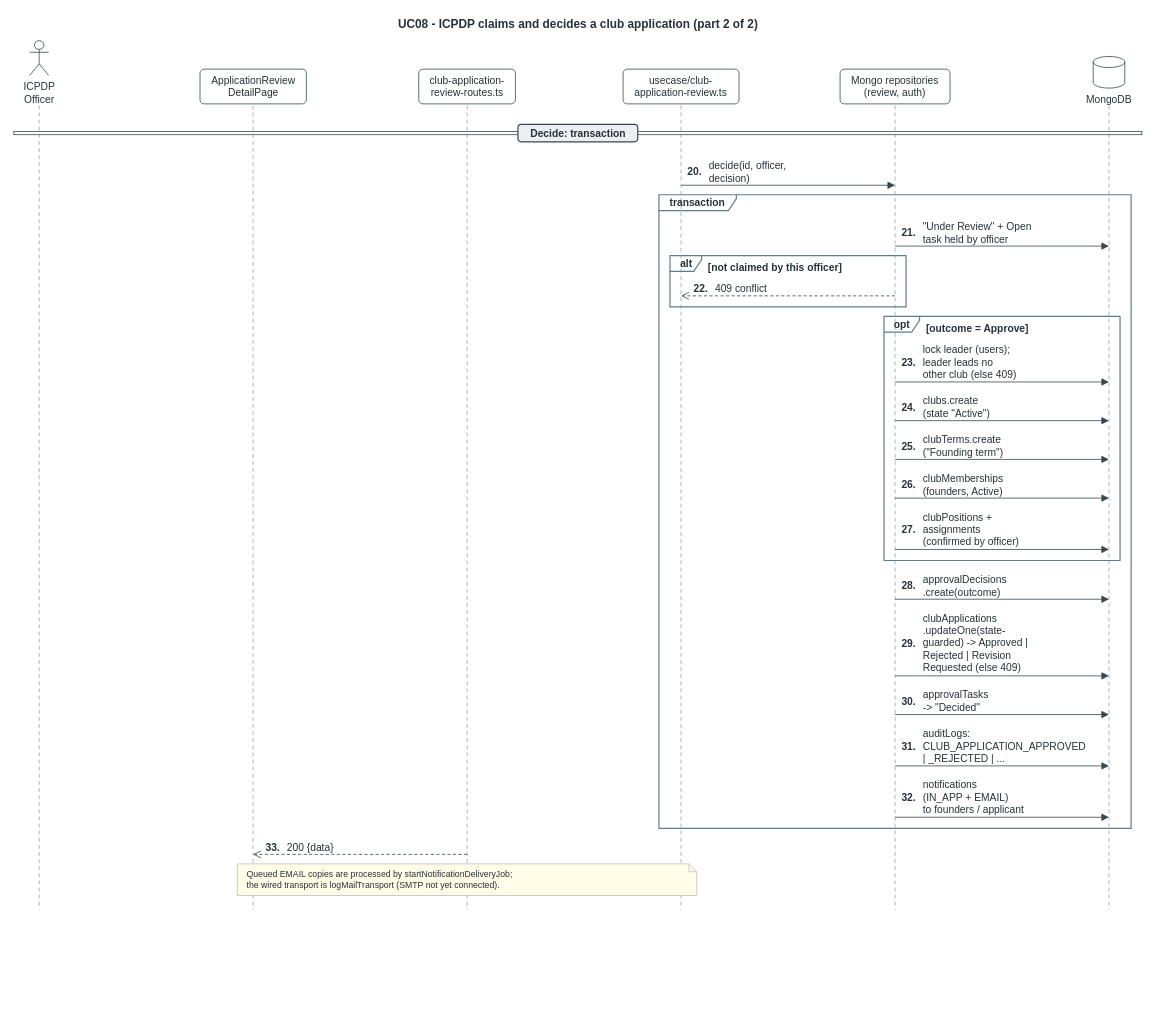
nvdekay/ClubManagementSystem keeps this draw.io diagram as page "03 Decide club application (2/2)" (7 of 20) of docs/03-diagrams/UCMS_Sequence_Diagrams.drawio. Above is the earlier version. Source tidied: cells renumbered, new cells numbered last; positions are measured from the earlier drawing's top-left corner, leaving out a move shared by most shapes. Both pictures are drawn from the tidied source at 79%, with x=0, y=0 at pixel (13, 13).
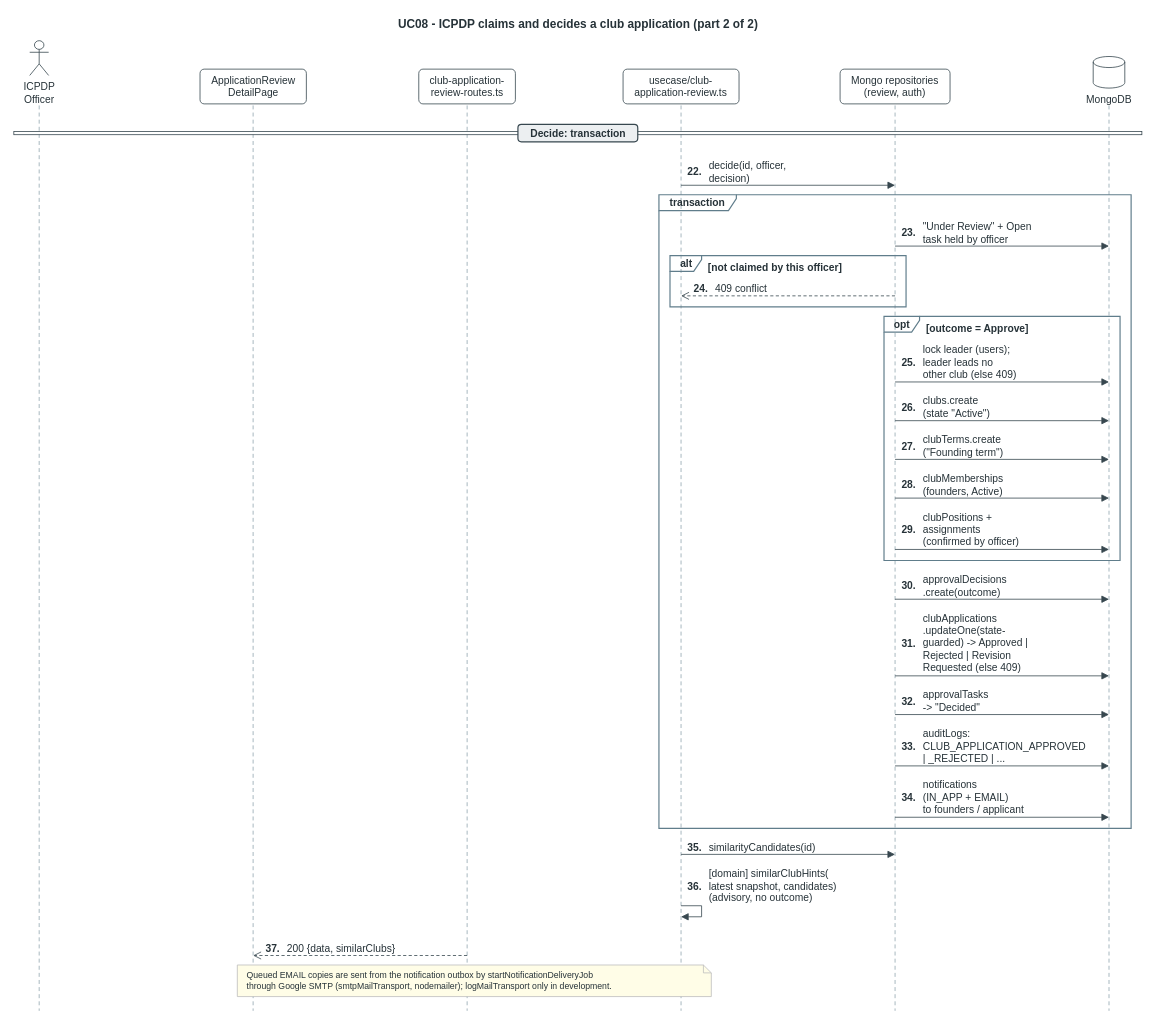
Above is the later version.

The edit, as a diff of the source:
```diff
@@
     <mxCell id="3" style="html=1;endArrow=none;dashed=1;dashPattern=5 4;strokeColor=#90A4AE;strokeWidth=1;" parent="1" edge="1">
       <mxGeometry relative="1" as="geometry">
         <mxPoint x="32.1" y="116" as="sourcePoint" />
-        <mxPoint x="32.1" y="1134" as="targetPoint" />
+        <mxPoint x="32.1" y="1262" as="targetPoint" />
       </mxGeometry>
     </mxCell>
     <mxCell id="4" style="html=1;endArrow=none;dashed=1;dashPattern=5 4;strokeColor=#90A4AE;strokeWidth=1;" parent="1" edge="1">
       <mxGeometry relative="1" as="geometry">
         <mxPoint x="302.9" y="116" as="sourcePoint" />
-        <mxPoint x="302.9" y="1134" as="targetPoint" />
+        <mxPoint x="302.9" y="1262" as="targetPoint" />
       </mxGeometry>
     </mxCell>
     <mxCell id="5" style="html=1;endArrow=none;dashed=1;dashPattern=5 4;strokeColor=#90A4AE;strokeWidth=1;" parent="1" edge="1">
       <mxGeometry relative="1" as="geometry">
         <mxPoint x="573.8" y="116" as="sourcePoint" />
-        <mxPoint x="573.8" y="1134" as="targetPoint" />
+        <mxPoint x="573.8" y="1262" as="targetPoint" />
       </mxGeometry>
     </mxCell>
     <mxCell id="6" style="html=1;endArrow=none;dashed=1;dashPattern=5 4;strokeColor=#90A4AE;strokeWidth=1;" parent="1" edge="1">
       <mxGeometry relative="1" as="geometry">
         <mxPoint x="844.6" y="116" as="sourcePoint" />
-        <mxPoint x="844.6" y="1134" as="targetPoint" />
+        <mxPoint x="844.6" y="1262" as="targetPoint" />
       </mxGeometry>
     </mxCell>
     <mxCell id="7" style="html=1;endArrow=none;dashed=1;dashPattern=5 4;strokeColor=#90A4AE;strokeWidth=1;" parent="1" edge="1">
       <mxGeometry relative="1" as="geometry">
         <mxPoint x="1115.5" y="116" as="sourcePoint" />
-        <mxPoint x="1115.5" y="1134" as="targetPoint" />
+        <mxPoint x="1115.5" y="1262" as="targetPoint" />
       </mxGeometry>
     </mxCell>
     <mxCell id="8" style="html=1;endArrow=none;dashed=1;dashPattern=5 4;strokeColor=#90A4AE;strokeWidth=1;" parent="1" edge="1">
       <mxGeometry relative="1" as="geometry">
         <mxPoint x="1386.3" y="116" as="sourcePoint" />
-        <mxPoint x="1386.3" y="1134" as="targetPoint" />
+        <mxPoint x="1386.3" y="1262" as="targetPoint" />
       </mxGeometry>
     </mxCell>
@@
-    <mxCell id="22" value="20." style="text;html=1;align=left;verticalAlign=top;spacing=0;whiteSpace=nowrap;fontFamily=Arial;fontSize=13;fontColor=#263238;fontStyle=1;" parent="1" vertex="1">
+    <mxCell id="22" value="22." style="text;html=1;align=left;verticalAlign=top;spacing=0;whiteSpace=nowrap;fontFamily=Arial;fontSize=13;fontColor=#263238;fontStyle=1;" parent="1" vertex="1">
       <mxGeometry x="852.6" y="188" width="23.1" height="16" as="geometry" />
     </mxCell>
@@
-    <mxCell id="25" value="21." style="text;html=1;align=left;verticalAlign=top;spacing=0;whiteSpace=nowrap;fontFamily=Arial;fontSize=13;fontColor=#263238;fontStyle=1;" parent="1" vertex="1">
+    <mxCell id="25" value="23." style="text;html=1;align=left;verticalAlign=top;spacing=0;whiteSpace=nowrap;fontFamily=Arial;fontSize=13;fontColor=#263238;fontStyle=1;" parent="1" vertex="1">
       <mxGeometry x="1123.5" y="265" width="23.1" height="16" as="geometry" />
     </mxCell>
@@
-    <mxCell id="28" value="22." style="text;html=1;align=left;verticalAlign=top;spacing=0;whiteSpace=nowrap;fontFamily=Arial;fontSize=13;fontColor=#263238;fontStyle=1;" parent="1" vertex="1">
+    <mxCell id="28" value="24." style="text;html=1;align=left;verticalAlign=top;spacing=0;whiteSpace=nowrap;fontFamily=Arial;fontSize=13;fontColor=#263238;fontStyle=1;" parent="1" vertex="1">
       <mxGeometry x="860.6" y="336" width="23.1" height="16" as="geometry" />
     </mxCell>
@@
-    <mxCell id="31" value="23." style="text;html=1;align=left;verticalAlign=top;spacing=0;whiteSpace=nowrap;fontFamily=Arial;fontSize=13;fontColor=#263238;fontStyle=1;" parent="1" vertex="1">
+    <mxCell id="31" value="25." style="text;html=1;align=left;verticalAlign=top;spacing=0;whiteSpace=nowrap;fontFamily=Arial;fontSize=13;fontColor=#263238;fontStyle=1;" parent="1" vertex="1">
       <mxGeometry x="1123.5" y="429" width="23.1" height="16" as="geometry" />
     </mxCell>
@@
-    <mxCell id="34" value="24." style="text;html=1;align=left;verticalAlign=top;spacing=0;whiteSpace=nowrap;fontFamily=Arial;fontSize=13;fontColor=#263238;fontStyle=1;" parent="1" vertex="1">
+    <mxCell id="34" value="26." style="text;html=1;align=left;verticalAlign=top;spacing=0;whiteSpace=nowrap;fontFamily=Arial;fontSize=13;fontColor=#263238;fontStyle=1;" parent="1" vertex="1">
       <mxGeometry x="1123.5" y="486" width="23.1" height="16" as="geometry" />
     </mxCell>
@@
-    <mxCell id="37" value="25." style="text;html=1;align=left;verticalAlign=top;spacing=0;whiteSpace=nowrap;fontFamily=Arial;fontSize=13;fontColor=#263238;fontStyle=1;" parent="1" vertex="1">
+    <mxCell id="37" value="27." style="text;html=1;align=left;verticalAlign=top;spacing=0;whiteSpace=nowrap;fontFamily=Arial;fontSize=13;fontColor=#263238;fontStyle=1;" parent="1" vertex="1">
       <mxGeometry x="1123.5" y="535" width="23.1" height="16" as="geometry" />
     </mxCell>
@@
-    <mxCell id="40" value="26." style="text;html=1;align=left;verticalAlign=top;spacing=0;whiteSpace=nowrap;fontFamily=Arial;fontSize=13;fontColor=#263238;fontStyle=1;" parent="1" vertex="1">
+    <mxCell id="40" value="28." style="text;html=1;align=left;verticalAlign=top;spacing=0;whiteSpace=nowrap;fontFamily=Arial;fontSize=13;fontColor=#263238;fontStyle=1;" parent="1" vertex="1">
       <mxGeometry x="1123.5" y="584" width="23.1" height="16" as="geometry" />
     </mxCell>
@@
-    <mxCell id="43" value="27." style="text;html=1;align=left;verticalAlign=top;spacing=0;whiteSpace=nowrap;fontFamily=Arial;fontSize=13;fontColor=#263238;fontStyle=1;" parent="1" vertex="1">
+    <mxCell id="43" value="29." style="text;html=1;align=left;verticalAlign=top;spacing=0;whiteSpace=nowrap;fontFamily=Arial;fontSize=13;fontColor=#263238;fontStyle=1;" parent="1" vertex="1">
       <mxGeometry x="1123.5" y="641" width="23.1" height="16" as="geometry" />
     </mxCell>
@@
-    <mxCell id="46" value="28." style="text;html=1;align=left;verticalAlign=top;spacing=0;whiteSpace=nowrap;fontFamily=Arial;fontSize=13;fontColor=#263238;fontStyle=1;" parent="1" vertex="1">
+    <mxCell id="46" value="30." style="text;html=1;align=left;verticalAlign=top;spacing=0;whiteSpace=nowrap;fontFamily=Arial;fontSize=13;fontColor=#263238;fontStyle=1;" parent="1" vertex="1">
       <mxGeometry x="1123.5" y="712" width="23.1" height="16" as="geometry" />
     </mxCell>
@@
-    <mxCell id="49" value="29." style="text;html=1;align=left;verticalAlign=top;spacing=0;whiteSpace=nowrap;fontFamily=Arial;fontSize=13;fontColor=#263238;fontStyle=1;" parent="1" vertex="1">
+    <mxCell id="49" value="31." style="text;html=1;align=left;verticalAlign=top;spacing=0;whiteSpace=nowrap;fontFamily=Arial;fontSize=13;fontColor=#263238;fontStyle=1;" parent="1" vertex="1">
       <mxGeometry x="1123.5" y="785" width="23.1" height="16" as="geometry" />
     </mxCell>
@@
-    <mxCell id="52" value="30." style="text;html=1;align=left;verticalAlign=top;spacing=0;whiteSpace=nowrap;fontFamily=Arial;fontSize=13;fontColor=#263238;fontStyle=1;" parent="1" vertex="1">
+    <mxCell id="52" value="32." style="text;html=1;align=left;verticalAlign=top;spacing=0;whiteSpace=nowrap;fontFamily=Arial;fontSize=13;fontColor=#263238;fontStyle=1;" parent="1" vertex="1">
       <mxGeometry x="1123.5" y="858" width="23.1" height="16" as="geometry" />
     </mxCell>
@@
-    <mxCell id="55" value="31." style="text;html=1;align=left;verticalAlign=top;spacing=0;whiteSpace=nowrap;fontFamily=Arial;fontSize=13;fontColor=#263238;fontStyle=1;" parent="1" vertex="1">
+    <mxCell id="55" value="33." style="text;html=1;align=left;verticalAlign=top;spacing=0;whiteSpace=nowrap;fontFamily=Arial;fontSize=13;fontColor=#263238;fontStyle=1;" parent="1" vertex="1">
       <mxGeometry x="1123.5" y="915" width="23.1" height="16" as="geometry" />
     </mxCell>
@@
-    <mxCell id="58" value="32." style="text;html=1;align=left;verticalAlign=top;spacing=0;whiteSpace=nowrap;fontFamily=Arial;fontSize=13;fontColor=#263238;fontStyle=1;" parent="1" vertex="1">
+    <mxCell id="58" value="34." style="text;html=1;align=left;verticalAlign=top;spacing=0;whiteSpace=nowrap;fontFamily=Arial;fontSize=13;fontColor=#263238;fontStyle=1;" parent="1" vertex="1">
       <mxGeometry x="1123.5" y="980" width="23.1" height="16" as="geometry" />
     </mxCell>
@@
+    <mxCell id="65" value="35." style="text;html=1;align=left;verticalAlign=top;spacing=0;whiteSpace=nowrap;fontFamily=Arial;fontSize=13;fontColor=#263238;fontStyle=1;" parent="1" vertex="1">
+      <mxGeometry x="852.6" y="1043" width="23.2" height="16" as="geometry" />
+    </mxCell>
+    <mxCell id="66" value="similarityCandidates(id)" style="text;html=1;align=left;verticalAlign=top;spacing=0;whiteSpace=nowrap;fontFamily=Arial;fontSize=13;fontColor=#263238;fillColor=#FFFFFF;" parent="1" vertex="1">
+      <mxGeometry x="879.6" y="1043" width="179.2" height="16" as="geometry" />
+    </mxCell>
+    <mxCell id="67" style="html=1;rounded=0;endArrow=block;endFill=1;endSize=7;strokeColor=#37474F;strokeWidth=1;" parent="1" edge="1">
+      <mxGeometry relative="1" as="geometry">
+        <mxPoint x="844.6" y="1064" as="sourcePoint" />
+        <mxPoint x="1115.5" y="1064" as="targetPoint" />
+      </mxGeometry>
+    </mxCell>
+    <mxCell id="68" value="36." style="text;html=1;align=left;verticalAlign=top;spacing=0;whiteSpace=nowrap;fontFamily=Arial;fontSize=13;fontColor=#263238;fontStyle=1;" parent="1" vertex="1">
+      <mxGeometry x="852.6" y="1092" width="23.1" height="16" as="geometry" />
+    </mxCell>
+    <mxCell id="69" value="[domain] similarClubHints(&lt;br&gt;latest snapshot, candidates)&lt;br&gt;(advisory, no outcome)" style="text;html=1;align=left;verticalAlign=top;spacing=0;whiteSpace=nowrap;fontFamily=Arial;fontSize=13;fontColor=#263238;fillColor=#FFFFFF;" parent="1" vertex="1">
+      <mxGeometry x="879.6" y="1076" width="208.4" height="48" as="geometry" />
+    </mxCell>
+    <mxCell id="70" style="html=1;rounded=0;endArrow=block;endFill=1;endSize=7;strokeColor=#37474F;strokeWidth=1;" parent="1" edge="1">
+      <mxGeometry relative="1" as="geometry">
+        <mxPoint x="844.6" y="1129" as="sourcePoint" />
+        <mxPoint x="844.6" y="1143" as="targetPoint" />
+        <Array as="points">
+          <mxPoint x="870.6" y="1129" />
+          <mxPoint x="870.6" y="1143" />
+        </Array>
+      </mxGeometry>
+    </mxCell>
-    <mxCell id="61" value="33." style="text;html=1;align=left;verticalAlign=top;spacing=0;whiteSpace=nowrap;fontFamily=Arial;fontSize=13;fontColor=#263238;fontStyle=1;" parent="1" vertex="1">
-      <mxGeometry x="318.9" y="1043" width="23.1" height="16" as="geometry" />
+    <mxCell id="61" value="37." style="text;html=1;align=left;verticalAlign=top;spacing=0;whiteSpace=nowrap;fontFamily=Arial;fontSize=13;fontColor=#263238;fontStyle=1;" parent="1" vertex="1">
+      <mxGeometry x="318.9" y="1171" width="23.1" height="16" as="geometry" />
     </mxCell>
-    <mxCell id="62" value="200 {data}" style="text;html=1;align=left;verticalAlign=top;spacing=0;whiteSpace=nowrap;fontFamily=Arial;fontSize=13;fontColor=#263238;fillColor=#FFFFFF;" parent="1" vertex="1">
-      <mxGeometry x="346" y="1043" width="64.8" height="16" as="geometry" />
+    <mxCell id="62" value="200 {data, similarClubs}" style="text;html=1;align=left;verticalAlign=top;spacing=0;whiteSpace=nowrap;fontFamily=Arial;fontSize=13;fontColor=#263238;fillColor=#FFFFFF;" parent="1" vertex="1">
+      <mxGeometry x="346" y="1171" width="160" height="16" as="geometry" />
     </mxCell>
     <mxCell id="63" style="html=1;rounded=0;dashed=1;dashPattern=4 3;endArrow=open;endFill=0;endSize=8;strokeColor=#37474F;strokeWidth=1;" parent="1" edge="1">
       <mxGeometry relative="1" as="geometry">
-        <mxPoint x="573.8" y="1064" as="sourcePoint" />
-        <mxPoint x="302.9" y="1064" as="targetPoint" />
+        <mxPoint x="573.8" y="1192" as="sourcePoint" />
+        <mxPoint x="302.9" y="1192" as="targetPoint" />
       </mxGeometry>
     </mxCell>
-    <mxCell id="64" value="Queued EMAIL copies are processed by startNotificationDeliveryJob;&lt;br&gt;the wired transport is logMailTransport (SMTP not yet connected)." style="shape=note;size=10;whiteSpace=nowrap;html=1;align=left;verticalAlign=middle;spacingLeft=10;fillColor=#FFFDE7;strokeColor=#BDBDBD;fontFamily=Arial;fontSize=11;fontColor=#263238;" parent="1" vertex="1">
-      <mxGeometry x="282.9" y="1076" width="581.7" height="40" as="geometry" />
+    <mxCell id="64" value="Queued EMAIL copies are sent from the notification outbox by startNotificationDeliveryJob&lt;br&gt;through Google SMTP (smtpMailTransport, nodemailer); logMailTransport only in development." style="shape=note;size=10;whiteSpace=nowrap;html=1;align=left;verticalAlign=middle;spacingLeft=10;fillColor=#FFFDE7;strokeColor=#BDBDBD;fontFamily=Arial;fontSize=11;fontColor=#263238;" parent="1" vertex="1">
+      <mxGeometry x="282.9" y="1204" width="600" height="40" as="geometry" />
     </mxCell>
```
